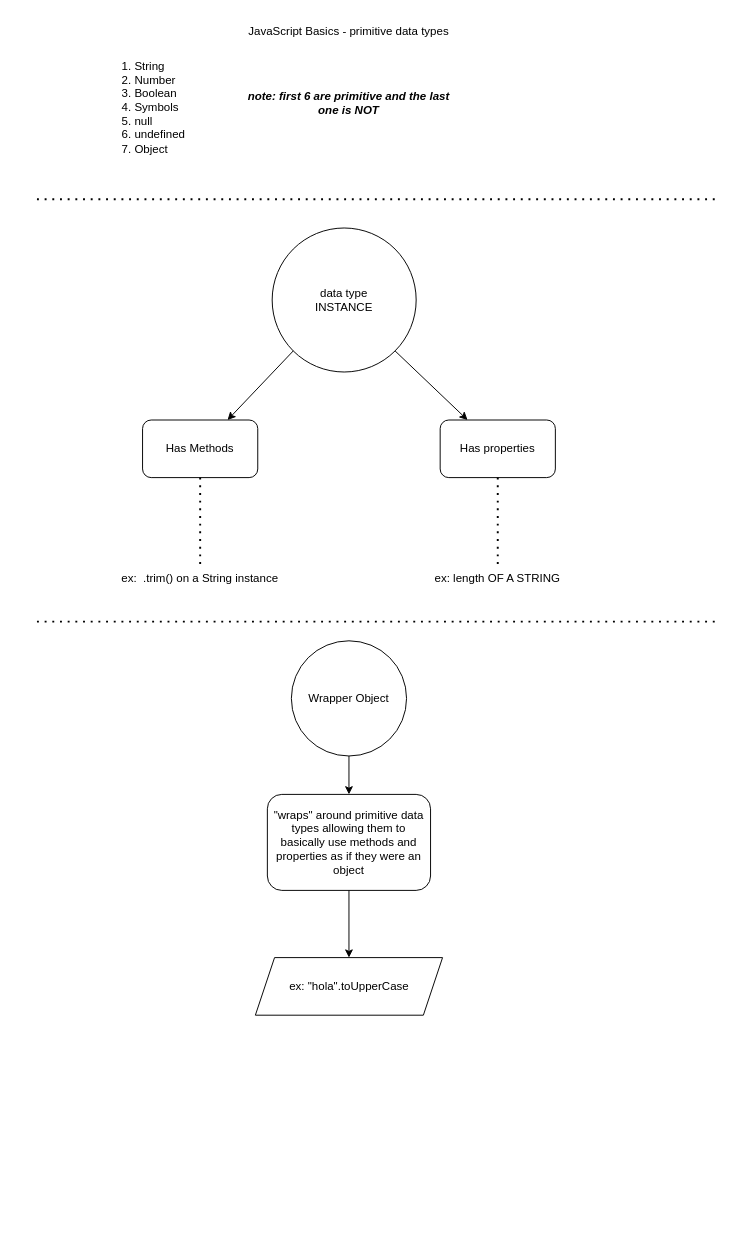
bryangino20/javascripThings keeps this draw.io diagram as Untitled Diagram.drawio. Above is the earlier version. Source tidied: cells renumbered, new cells numbered last; positions are measured from the earlier drawing's top-left corner, leaving out a move shared by most shapes. Both pictures are drawn from the tidied source at 96%, with x=0, y=0 at pixel (36, 16).
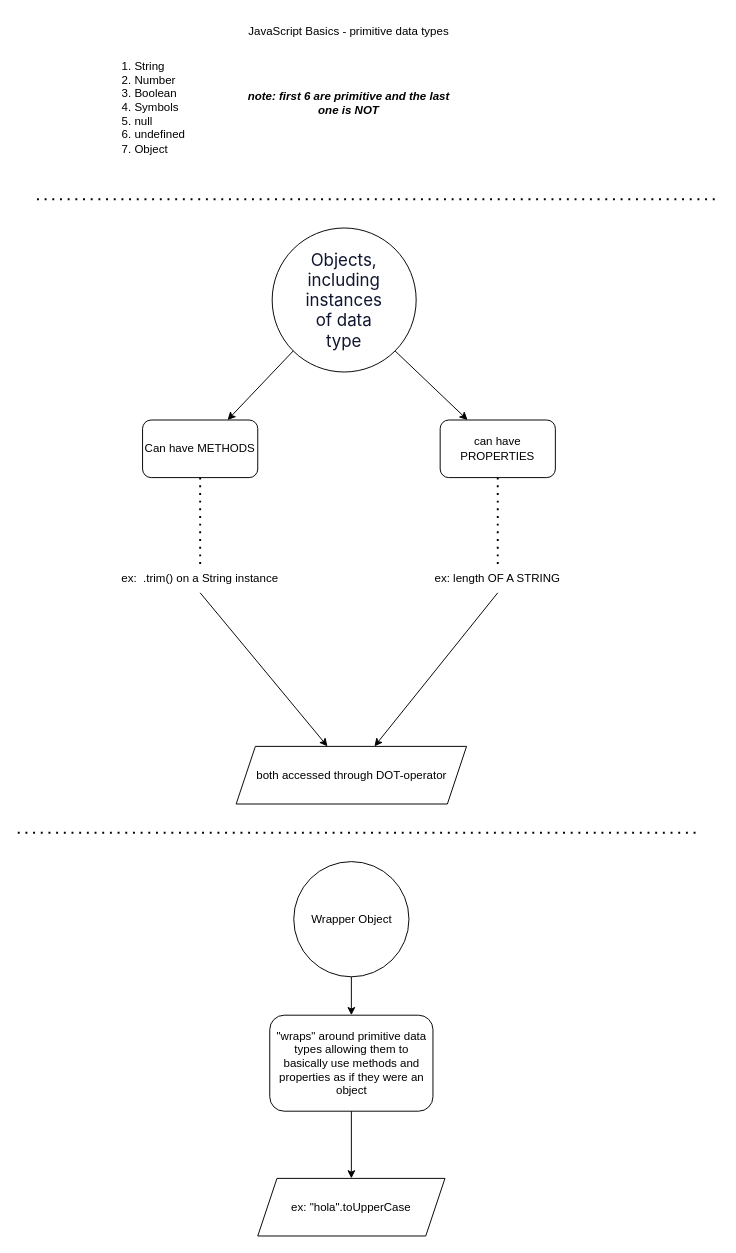
The same page after the edit.

Unchanged cells that the change refers to:
```xml
<mxCell id="13" value="ex:&amp;nbsp; .trim() on a String instance" style="text;html=1;strokeColor=none;fillColor=none;align=center;verticalAlign=middle;whiteSpace=wrap;rounded=0;" parent="1" vertex="1">
  <mxGeometry x="75" y="570" width="190" height="30" as="geometry" />
</mxCell>
<mxCell id="15" value="ex: length OF A STRING" style="text;html=1;strokeColor=none;fillColor=none;align=center;verticalAlign=middle;whiteSpace=wrap;rounded=0;" parent="1" vertex="1">
  <mxGeometry x="385" y="570" width="190" height="30" as="geometry" />
</mxCell>
```

The edit, as a diff of the source:
```diff
@@
-    <mxCell id="7" value="data type INSTANCE" style="text;html=1;strokeColor=none;fillColor=none;align=center;verticalAlign=middle;whiteSpace=wrap;rounded=0;" parent="1" vertex="1">
+    <mxCell id="7" value="&lt;span style=&quot;color: rgb(16, 22, 47); font-family: Apercu, -apple-system, &amp;quot;system-ui&amp;quot;, &amp;quot;Segoe UI&amp;quot;, Roboto, Ubuntu, Cantarell, &amp;quot;Fira Sans&amp;quot;, &amp;quot;Droid Sans&amp;quot;, &amp;quot;Helvetica Neue&amp;quot;, sans-serif; font-size: 17.6px; font-style: normal; font-variant-ligatures: normal; font-variant-caps: normal; font-weight: 400; letter-spacing: normal; orphans: 2; text-align: left; text-indent: 0px; text-transform: none; widows: 2; word-spacing: 0px; -webkit-text-stroke-width: 0px; background-color: rgb(255, 255, 255); text-decoration-thickness: initial; text-decoration-style: initial; text-decoration-color: initial; float: none; display: inline !important;&quot;&gt;Objects, including instances of data type&lt;/span&gt;" style="text;html=1;strokeColor=none;fillColor=none;align=center;verticalAlign=middle;whiteSpace=wrap;rounded=0;" parent="1" vertex="1">
       <mxGeometry x="290" y="280" width="60" height="30" as="geometry" />
     </mxCell>
@@
-    <mxCell id="9" value="Has properties" style="rounded=1;whiteSpace=wrap;html=1;" parent="1" vertex="1">
+    <mxCell id="9" value="can have PROPERTIES" style="rounded=1;whiteSpace=wrap;html=1;" parent="1" vertex="1">
       <mxGeometry x="420" y="420" width="120" height="60" as="geometry" />
     </mxCell>
@@
-    <mxCell id="11" value="Has Methods" style="rounded=1;whiteSpace=wrap;html=1;" parent="1" vertex="1">
+    <mxCell id="11" value="Can have METHODS" style="rounded=1;whiteSpace=wrap;html=1;" parent="1" vertex="1">
       <mxGeometry x="110" y="420" width="120" height="60" as="geometry" />
     </mxCell>
@@
     <mxCell id="16" style="endArrow=none;dashed=1;html=1;dashPattern=1 3;strokeWidth=2;rounded=0;" parent="1" edge="1">
       <mxGeometry relative="1" as="geometry">
-        <mxPoint y="630" as="sourcePoint" />
-        <mxPoint x="710" y="630" as="targetPoint" />
+        <mxPoint x="-20" y="850" as="sourcePoint" />
+        <mxPoint x="690" y="850" as="targetPoint" />
       </mxGeometry>
     </mxCell>
     <mxCell id="17" value="Wrapper Object" style="ellipse;whiteSpace=wrap;html=1;" parent="1" vertex="1">
-      <mxGeometry x="265" y="650" width="120" height="120" as="geometry" />
+      <mxGeometry x="267.5" y="880" width="120" height="120" as="geometry" />
     </mxCell>
@@
     <mxCell id="19" value="&quot;wraps&quot; around primitive data types allowing them to basically use methods and properties as if they were an object" style="rounded=1;whiteSpace=wrap;html=1;" parent="1" vertex="1">
-      <mxGeometry x="240" y="810" width="170" height="100" as="geometry" />
+      <mxGeometry x="242.5" y="1040" width="170" height="100" as="geometry" />
     </mxCell>
@@
     <mxCell id="21" value="ex: &quot;hola&quot;.toUpperCase" style="shape=parallelogram;perimeter=parallelogramPerimeter;whiteSpace=wrap;html=1;fixedSize=1;" parent="1" vertex="1">
-      <mxGeometry x="227.5" y="980" width="195" height="60" as="geometry" />
+      <mxGeometry x="230" y="1210" width="195" height="60" as="geometry" />
     </mxCell>
+    <mxCell id="22" style="endArrow=classic;html=1;rounded=0;exitX=0.5;exitY=1;exitDx=0;exitDy=0;" parent="1" edge="1" source="13" target="24">
+      <mxGeometry relative="1" as="geometry" />
+    </mxCell>
+    <mxCell id="23" style="endArrow=classic;html=1;rounded=0;exitX=0.5;exitY=1;exitDx=0;exitDy=0;" parent="1" edge="1" source="15" target="24">
+      <mxGeometry relative="1" as="geometry" />
+    </mxCell>
+    <mxCell id="24" value="both accessed through DOT-operator" style="shape=parallelogram;perimeter=parallelogramPerimeter;whiteSpace=wrap;html=1;fixedSize=1;" parent="1" vertex="1">
+      <mxGeometry x="207.5" y="760" width="240" height="60" as="geometry" />
+    </mxCell>
```
